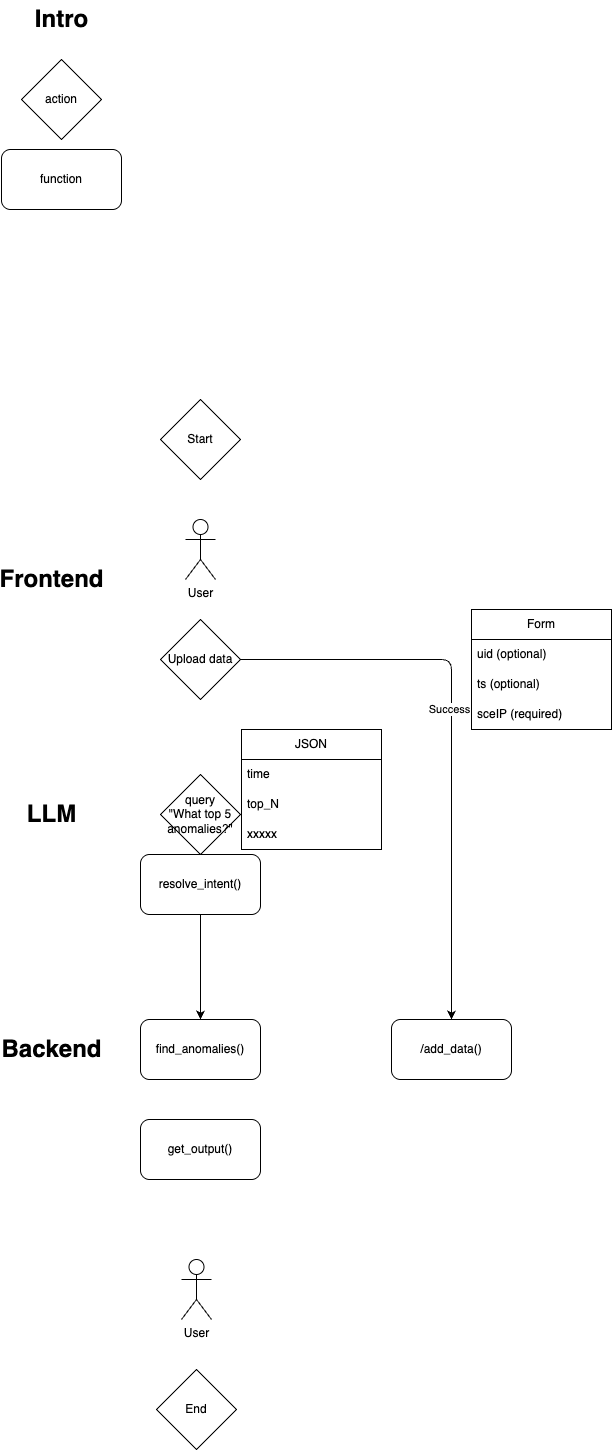
Before: .drawio.png, a diagram exported from draw.io (simonegreen/adas_capstone_2025). Source tidied: cells renumbered, new cells last; positions are measured from the earlier drawing's top-left corner, leaving out a move shared by most shapes. Its diagram source:
```xml
<mxGraphModel>
  <root>
    <mxCell id="0" />
    <mxCell id="1" parent="0" />
    <mxCell id="2" value="function" style="rounded=1;whiteSpace=wrap;html=1;" parent="1" vertex="1">
      <mxGeometry y="150" width="120" height="60" as="geometry" />
    </mxCell>
    <mxCell id="3" value="action" style="rhombus;whiteSpace=wrap;html=1;" parent="1" vertex="1">
      <mxGeometry x="20" y="60" width="80" height="80" as="geometry" />
    </mxCell>
    <mxCell id="4" style="edgeStyle=orthogonalEdgeStyle;html=1;entryX=0.5;entryY=0;entryDx=0;entryDy=0;" parent="1" edge="1" source="6" target="10">
      <mxGeometry relative="1" as="geometry" />
    </mxCell>
    <mxCell id="5" value="Success" style="edgeLabel;html=1;align=center;verticalAlign=middle;" parent="4" vertex="1">
      <mxGeometry x="-0.09" y="-3" relative="1" as="geometry" />
    </mxCell>
    <mxCell id="6" value="&lt;span style=&quot;color: rgb(0, 0, 0);&quot;&gt;Upload data&lt;/span&gt;" style="rhombus;whiteSpace=wrap;html=1;" parent="1" vertex="1">
      <mxGeometry x="159" y="620" width="80" height="80" as="geometry" />
    </mxCell>
    <mxCell id="7" value="Frontend" style="text;strokeColor=none;fillColor=none;html=1;fontSize=24;fontStyle=1;verticalAlign=middle;align=center;" parent="1" vertex="1">
      <mxGeometry y="560" width="100" height="40" as="geometry" />
    </mxCell>
    <mxCell id="8" value="LLM" style="text;strokeColor=none;fillColor=none;html=1;fontSize=24;fontStyle=1;verticalAlign=middle;align=center;" parent="1" vertex="1">
      <mxGeometry y="795" width="100" height="40" as="geometry" />
    </mxCell>
    <mxCell id="9" value="Backend" style="text;strokeColor=none;fillColor=none;html=1;fontSize=24;fontStyle=1;verticalAlign=middle;align=center;" parent="1" vertex="1">
      <mxGeometry y="1030" width="100" height="40" as="geometry" />
    </mxCell>
    <mxCell id="10" value="/add_data()" style="rounded=1;whiteSpace=wrap;html=1;" parent="1" vertex="1">
      <mxGeometry x="390" y="1020" width="120" height="60" as="geometry" />
    </mxCell>
    <mxCell id="11" value="Start" style="rhombus;whiteSpace=wrap;html=1;" parent="1" vertex="1">
      <mxGeometry x="159" y="400" width="80" height="80" as="geometry" />
    </mxCell>
    <mxCell id="12" value="User" style="shape=umlActor;verticalLabelPosition=bottom;verticalAlign=top;html=1;" parent="1" vertex="1">
      <mxGeometry x="184" y="520" width="30" height="60" as="geometry" />
    </mxCell>
    <mxCell id="13" value="Form" style="swimlane;fontStyle=0;horizontal=1;startSize=30;whiteSpace=wrap;html=1;" parent="1" vertex="1">
      <mxGeometry x="470" y="610" width="140" height="120" as="geometry" />
    </mxCell>
    <mxCell id="14" value="uid (optional)" style="text;strokeColor=none;fillColor=none;align=left;verticalAlign=middle;spacingLeft=4;spacingRight=4;overflow=hidden;whiteSpace=wrap;html=1;" parent="13" vertex="1">
      <mxGeometry y="30" width="140" height="30" as="geometry" />
    </mxCell>
    <mxCell id="15" value="ts (optional)" style="text;strokeColor=none;fillColor=none;align=left;verticalAlign=middle;spacingLeft=4;spacingRight=4;overflow=hidden;whiteSpace=wrap;html=1;" parent="13" vertex="1">
      <mxGeometry y="60" width="140" height="30" as="geometry" />
    </mxCell>
    <mxCell id="16" value="sceIP (required)" style="text;strokeColor=none;fillColor=none;align=left;verticalAlign=middle;spacingLeft=4;spacingRight=4;overflow=hidden;whiteSpace=wrap;html=1;" parent="13" vertex="1">
      <mxGeometry y="90" width="140" height="30" as="geometry" />
    </mxCell>
    <mxCell id="17" value="query&lt;div&gt;&quot;What top 5 anomalies?&quot;&lt;/div&gt;" style="rhombus;whiteSpace=wrap;html=1;" parent="1" vertex="1">
      <mxGeometry x="159" y="775" width="80" height="80" as="geometry" />
    </mxCell>
    <mxCell id="18" style="edgeStyle=orthogonalEdgeStyle;html=1;entryX=0.5;entryY=0;entryDx=0;entryDy=0;" parent="1" edge="1" source="19" target="20">
      <mxGeometry relative="1" as="geometry" />
    </mxCell>
    <mxCell id="19" value="resolve_intent()" style="rounded=1;whiteSpace=wrap;html=1;" parent="1" vertex="1">
      <mxGeometry x="139" y="855" width="120" height="60" as="geometry" />
    </mxCell>
    <mxCell id="20" value="find_anomalies()" style="rounded=1;whiteSpace=wrap;html=1;" parent="1" vertex="1">
      <mxGeometry x="139" y="1020" width="120" height="60" as="geometry" />
    </mxCell>
    <mxCell id="21" value="JSON" style="swimlane;fontStyle=0;horizontal=1;startSize=30;whiteSpace=wrap;html=1;" parent="1" vertex="1">
      <mxGeometry x="240" y="730" width="140" height="120" as="geometry" />
    </mxCell>
    <mxCell id="22" value="time" style="text;strokeColor=none;fillColor=none;align=left;verticalAlign=middle;spacingLeft=4;spacingRight=4;overflow=hidden;whiteSpace=wrap;html=1;" parent="21" vertex="1">
      <mxGeometry y="30" width="140" height="30" as="geometry" />
    </mxCell>
    <mxCell id="23" value="top_N" style="text;strokeColor=none;fillColor=none;align=left;verticalAlign=middle;spacingLeft=4;spacingRight=4;overflow=hidden;whiteSpace=wrap;html=1;" parent="21" vertex="1">
      <mxGeometry y="60" width="140" height="30" as="geometry" />
    </mxCell>
    <mxCell id="24" value="xxxxx" style="text;strokeColor=none;fillColor=none;align=left;verticalAlign=middle;spacingLeft=4;spacingRight=4;overflow=hidden;whiteSpace=wrap;html=1;" parent="21" vertex="1">
      <mxGeometry y="90" width="140" height="30" as="geometry" />
    </mxCell>
    <mxCell id="25" value="Intro" style="text;strokeColor=none;fillColor=none;html=1;fontSize=24;fontStyle=1;verticalAlign=middle;align=center;" parent="1" vertex="1">
      <mxGeometry x="10" width="100" height="40" as="geometry" />
    </mxCell>
    <mxCell id="26" value="get_output()" style="rounded=1;whiteSpace=wrap;html=1;" parent="1" vertex="1">
      <mxGeometry x="139" y="1120" width="120" height="60" as="geometry" />
    </mxCell>
    <mxCell id="27" value="User" style="shape=umlActor;verticalLabelPosition=bottom;verticalAlign=top;html=1;" parent="1" vertex="1">
      <mxGeometry x="180" y="1260" width="30" height="60" as="geometry" />
    </mxCell>
    <mxCell id="28" value="End" style="rhombus;whiteSpace=wrap;html=1;" parent="1" vertex="1">
      <mxGeometry x="155" y="1370" width="80" height="80" as="geometry" />
    </mxCell>
  </root>
</mxGraphModel>
```
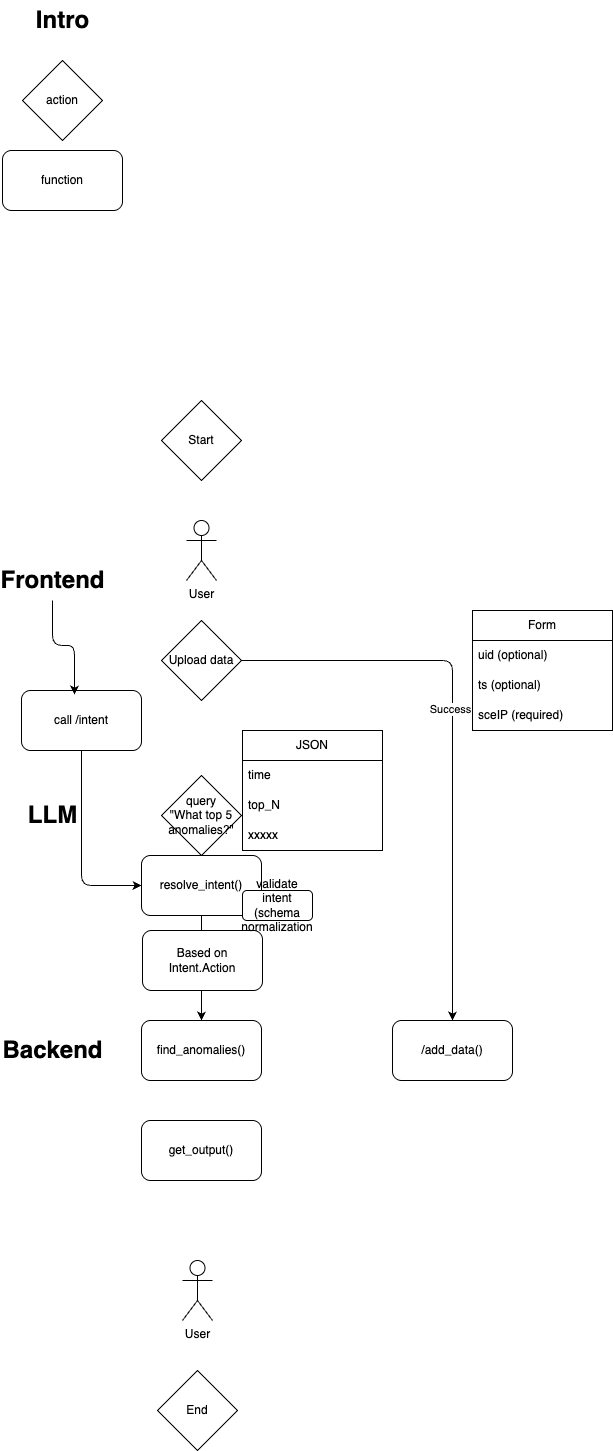
The same file after the commit.

Commit message:
(diagram) architecture progress

Change to the diagram source:
```diff
@@ -83,5 +83,20 @@
     <mxCell id="28" value="End" style="rhombus;whiteSpace=wrap;html=1;" parent="1" vertex="1">
       <mxGeometry x="155" y="1370" width="80" height="80" as="geometry" />
     </mxCell>
+    <mxCell id="29" style="edgeStyle=orthogonalEdgeStyle;html=1;entryX=0;entryY=0.5;entryDx=0;entryDy=0;" parent="1" edge="1" source="30" target="19">
+      <mxGeometry relative="1" as="geometry" />
+    </mxCell>
+    <mxCell id="30" value="call /intent" style="rounded=1;whiteSpace=wrap;html=1;" parent="1" vertex="1">
+      <mxGeometry x="19" y="690" width="120" height="60" as="geometry" />
+    </mxCell>
+    <mxCell id="31" style="edgeStyle=orthogonalEdgeStyle;html=1;entryX=0.442;entryY=0.067;entryDx=0;entryDy=0;entryPerimeter=0;" parent="1" edge="1" source="7" target="30">
+      <mxGeometry relative="1" as="geometry" />
+    </mxCell>
+    <mxCell id="32" value="Based on Intent.Action" style="rounded=1;whiteSpace=wrap;html=1;" parent="1" vertex="1">
+      <mxGeometry x="140" y="930" width="120" height="60" as="geometry" />
+    </mxCell>
+    <mxCell id="33" value="validate intent (schema normalization" style="rounded=1;whiteSpace=wrap;html=1;" parent="1" vertex="1">
+      <mxGeometry x="240" y="890" width="70" height="30" as="geometry" />
+    </mxCell>
   </root>
 </mxGraphModel>
```
